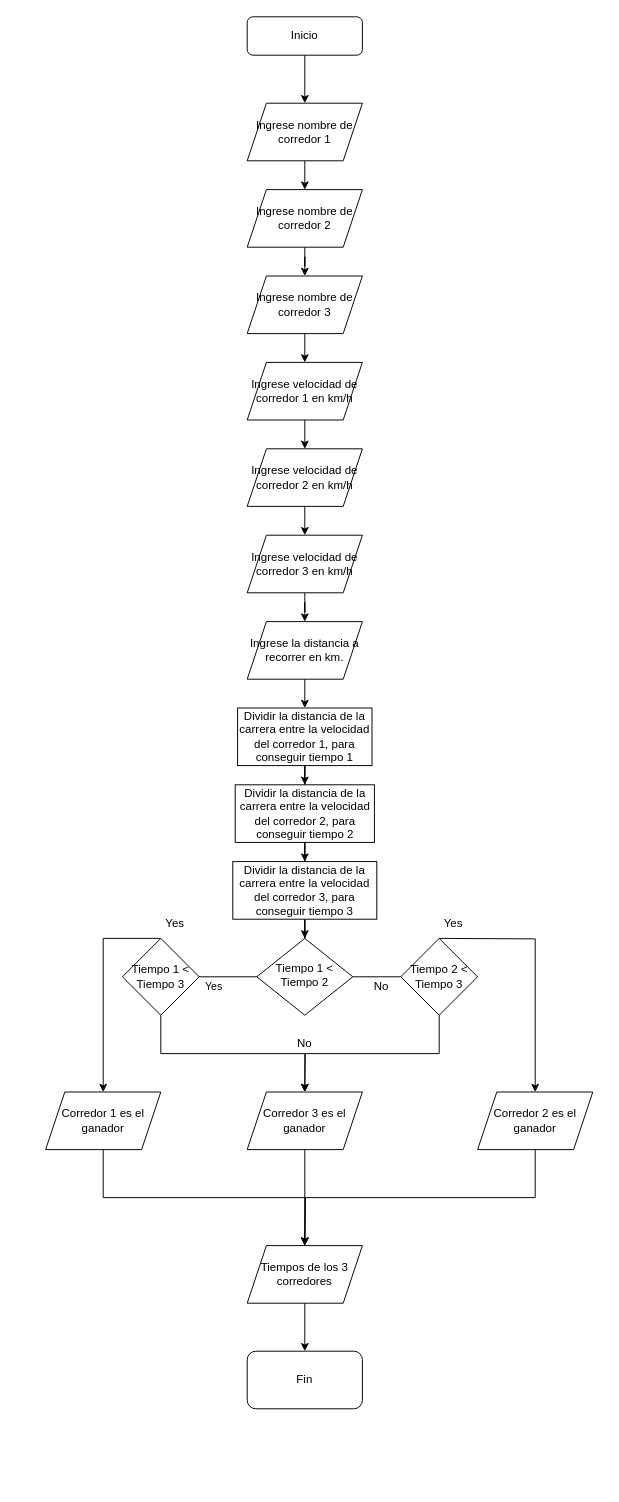
The draw.io diagram Diagrama sin título.drawio in JuanRuano1247723/L1_JLDRL_1247723, before the edit. Source tidied: cells renumbered, new cells numbered last; positions are measured from the earlier drawing's top-left corner, leaving out a move shared by most shapes. Both pictures are drawn from the tidied source at 96%, with x=0, y=0 at pixel (45, 16).
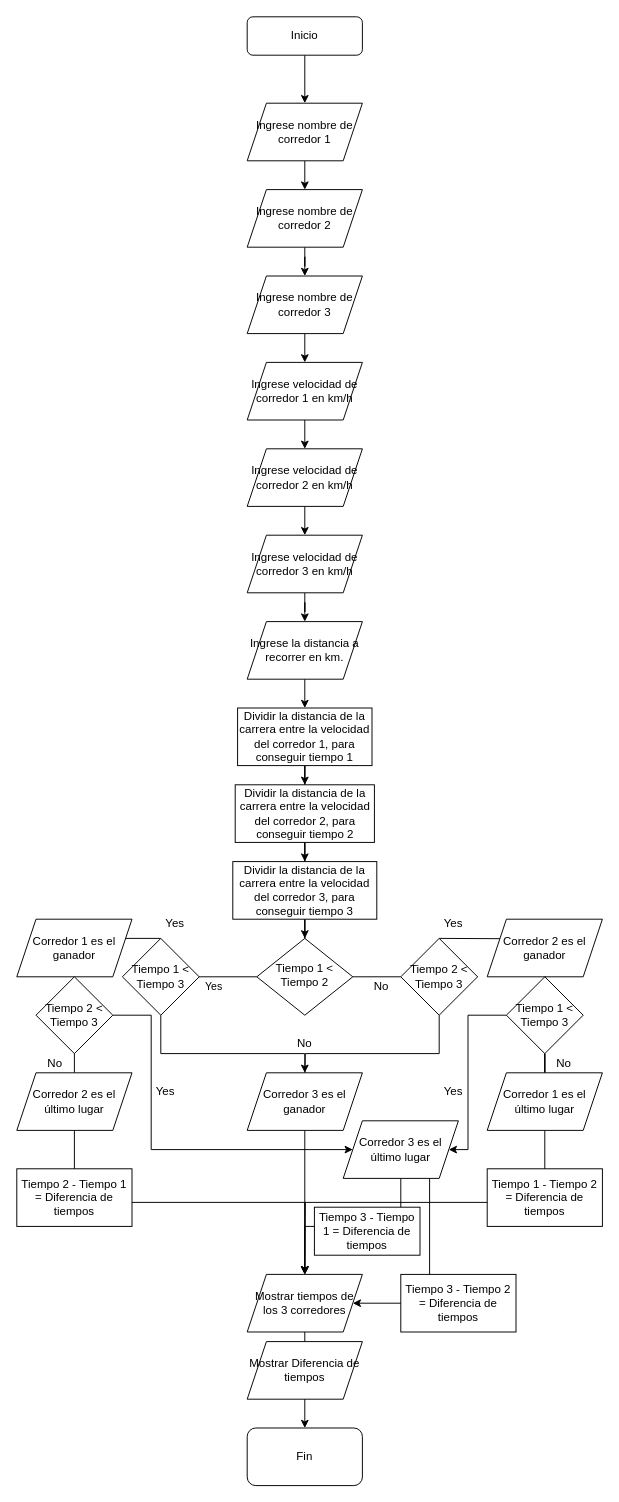
After the change.

Unchanged cells that the change refers to:
```xml
<mxCell id="29" value="Tiempo 1 &amp;lt; Tiempo 3" style="rhombus;whiteSpace=wrap;html=1;" parent="1" vertex="1">
  <mxGeometry x="80" y="960" width="80" height="80" as="geometry" />
</mxCell>
```

What changed in the source:
```diff
@@
+    <mxCell id="47" style="edgeStyle=orthogonalEdgeStyle;rounded=0;jettySize=auto;html=1;exitX=0.5;exitY=1;exitDx=0;exitDy=0;endArrow=none;" parent="1" edge="1" source="43" target="58">
+      <mxGeometry relative="1" as="geometry" />
+    </mxCell>
@@
     <mxCell id="27" style="edgeStyle=orthogonalEdgeStyle;rounded=0;jettySize=auto;html=1;exitX=0.5;exitY=0;exitDx=0;exitDy=0;entryX=0.5;entryY=0;entryDx=0;entryDy=0;" parent="1" edge="1" source="29" target="31">
       <mxGeometry relative="1" as="geometry">
         <Array as="points">
-          <mxPoint x="60" y="960" />
+          <mxPoint x="30" y="960" />
         </Array>
       </mxGeometry>
     </mxCell>
@@
-    <mxCell id="30" style="edgeStyle=orthogonalEdgeStyle;rounded=0;jettySize=auto;html=1;exitX=0.5;exitY=1;exitDx=0;exitDy=0;" parent="1" edge="1" source="31">
+    <mxCell id="30" style="edgeStyle=orthogonalEdgeStyle;rounded=0;jettySize=auto;html=1;exitX=0.5;exitY=1;exitDx=0;exitDy=0;startArrow=none;" parent="1" edge="1" source="56">
       <mxGeometry relative="1" as="geometry">
-        <mxPoint x="270" y="1280" as="targetPoint" />
+        <mxPoint x="270" y="1310" as="targetPoint" />
       </mxGeometry>
     </mxCell>
-    <mxCell id="31" value="Corredor 1 es el ganador" style="shape=parallelogram;perimeter=parallelogramPerimeter;whiteSpace=wrap;html=1;fixedSize=1;" parent="1" vertex="1">
-      <mxGeometry y="1120" width="120" height="60" as="geometry" />
-    </mxCell>
@@
     <mxCell id="33" style="edgeStyle=orthogonalEdgeStyle;rounded=0;jettySize=auto;html=1;exitX=0.5;exitY=1;exitDx=0;exitDy=0;" parent="1" edge="1" source="34">
       <mxGeometry relative="1" as="geometry">
-        <mxPoint x="270" y="1280" as="targetPoint" />
+        <mxPoint x="270" y="1310" as="targetPoint" />
       </mxGeometry>
     </mxCell>
     <mxCell id="34" value="Corredor 3 es el ganador" style="shape=parallelogram;perimeter=parallelogramPerimeter;whiteSpace=wrap;html=1;fixedSize=1;" parent="1" vertex="1">
-      <mxGeometry x="210" y="1120" width="120" height="60" as="geometry" />
+      <mxGeometry x="210" y="1100" width="120" height="60" as="geometry" />
     </mxCell>
@@
-    <mxCell id="41" style="edgeStyle=orthogonalEdgeStyle;rounded=0;jettySize=auto;html=1;" parent="1" edge="1" target="43">
-      <mxGeometry relative="1" as="geometry">
-        <mxPoint x="410" y="960" as="sourcePoint" />
-      </mxGeometry>
+    <mxCell id="41" style="edgeStyle=orthogonalEdgeStyle;rounded=0;jettySize=auto;html=1;startArrow=none;" parent="1" edge="1" source="58" target="43">
+      <mxGeometry relative="1" as="geometry" />
     </mxCell>
-    <mxCell id="42" style="edgeStyle=orthogonalEdgeStyle;rounded=0;jettySize=auto;html=1;exitX=0.5;exitY=1;exitDx=0;exitDy=0;" parent="1" edge="1" source="43">
-      <mxGeometry relative="1" as="geometry">
-        <mxPoint x="270" y="1280" as="targetPoint" />
-      </mxGeometry>
+    <mxCell id="42" style="edgeStyle=orthogonalEdgeStyle;rounded=0;jettySize=auto;html=1;exitX=0.5;exitY=1;exitDx=0;exitDy=0;startArrow=none;entryX=0.5;entryY=0;entryDx=0;entryDy=0;" parent="1" edge="1" source="60" target="45">
+      <mxGeometry relative="1" as="geometry" />
     </mxCell>
-    <mxCell id="43" value="Corredor 2 es el ganador" style="shape=parallelogram;perimeter=parallelogramPerimeter;whiteSpace=wrap;html=1;fixedSize=1;" parent="1" vertex="1">
-      <mxGeometry x="450" y="1120" width="120" height="60" as="geometry" />
-    </mxCell>
@@
-    <mxCell id="45" value="Tiempos de los 3 corredores" style="shape=parallelogram;perimeter=parallelogramPerimeter;whiteSpace=wrap;html=1;fixedSize=1;" parent="1" vertex="1">
-      <mxGeometry x="210" y="1280" width="120" height="60" as="geometry" />
+    <mxCell id="45" value="Mostrar tiempos de los 3 corredores" style="shape=parallelogram;perimeter=parallelogramPerimeter;whiteSpace=wrap;html=1;fixedSize=1;" parent="1" vertex="1">
+      <mxGeometry x="210" y="1310" width="120" height="60" as="geometry" />
     </mxCell>
     <mxCell id="46" value="Fin" style="rounded=1;whiteSpace=wrap;html=1;" parent="1" vertex="1">
-      <mxGeometry x="210" y="1390" width="120" height="60" as="geometry" />
+      <mxGeometry x="210" y="1470" width="120" height="60" as="geometry" />
     </mxCell>
+    <mxCell id="48" style="edgeStyle=orthogonalEdgeStyle;rounded=0;jettySize=auto;html=1;exitX=1;exitY=0.5;exitDx=0;exitDy=0;entryX=0;entryY=0.5;entryDx=0;entryDy=0;" parent="1" edge="1" source="57" target="53">
+      <mxGeometry relative="1" as="geometry">
+        <Array as="points">
+          <mxPoint x="110" y="1040" />
+          <mxPoint x="110" y="1180" />
+        </Array>
+      </mxGeometry>
+    </mxCell>
+    <mxCell id="49" style="edgeStyle=orthogonalEdgeStyle;rounded=0;jettySize=auto;html=1;endArrow=none;" parent="1" edge="1" target="58">
+      <mxGeometry relative="1" as="geometry">
+        <mxPoint x="410" y="960" as="sourcePoint" />
+      </mxGeometry>
+    </mxCell>
+    <mxCell id="50" style="edgeStyle=orthogonalEdgeStyle;rounded=0;jettySize=auto;html=1;exitX=0;exitY=0.5;exitDx=0;exitDy=0;entryX=1;entryY=0.5;entryDx=0;entryDy=0;" parent="1" edge="1" source="58" target="53">
+      <mxGeometry relative="1" as="geometry">
+        <Array as="points">
+          <mxPoint x="440" y="1040" />
+          <mxPoint x="440" y="1180" />
+        </Array>
+      </mxGeometry>
+    </mxCell>
+    <mxCell id="51" style="edgeStyle=orthogonalEdgeStyle;rounded=0;jettySize=auto;html=1;exitX=0.75;exitY=1;exitDx=0;exitDy=0;entryX=1;entryY=0.5;entryDx=0;entryDy=0;" parent="1" edge="1" source="53" target="45">
+      <mxGeometry relative="1" as="geometry">
+        <Array as="points">
+          <mxPoint x="400" y="1340" />
+        </Array>
+      </mxGeometry>
+    </mxCell>
+    <mxCell id="52" style="edgeStyle=orthogonalEdgeStyle;rounded=0;jettySize=auto;html=1;exitX=0.5;exitY=1;exitDx=0;exitDy=0;" parent="1" edge="1" source="53" target="45">
+      <mxGeometry relative="1" as="geometry" />
+    </mxCell>
+    <mxCell id="53" value="Corredor 3 es el último lugar" style="shape=parallelogram;perimeter=parallelogramPerimeter;whiteSpace=wrap;html=1;fixedSize=1;" parent="1" vertex="1">
+      <mxGeometry x="310" y="1150" width="120" height="60" as="geometry" />
+    </mxCell>
+    <mxCell id="54" value="Yes" style="text;html=1;strokeColor=none;fillColor=none;align=center;verticalAlign=middle;whiteSpace=wrap;rounded=0;" parent="1" vertex="1">
+      <mxGeometry x="110" y="1110" width="30" height="20" as="geometry" />
+    </mxCell>
+    <mxCell id="55" style="edgeStyle=orthogonalEdgeStyle;rounded=0;jettySize=auto;html=1;exitX=0.5;exitY=1;exitDx=0;exitDy=0;endArrow=none;" parent="1" edge="1" source="31" target="56">
+      <mxGeometry relative="1" as="geometry" />
+    </mxCell>
+    <mxCell id="56" value="Corredor 2 es el último lugar" style="shape=parallelogram;perimeter=parallelogramPerimeter;whiteSpace=wrap;html=1;fixedSize=1;" parent="1" vertex="1">
+      <mxGeometry x="-30" y="1100" width="120" height="60" as="geometry" />
+    </mxCell>
+    <mxCell id="31" value="Corredor 1 es el ganador" style="shape=parallelogram;perimeter=parallelogramPerimeter;whiteSpace=wrap;html=1;fixedSize=1;" parent="1" vertex="1">
+      <mxGeometry x="-30" y="940" width="120" height="60" as="geometry" />
+    </mxCell>
+    <mxCell id="57" value="Tiempo 2 &amp;lt; Tiempo 3" style="rhombus;whiteSpace=wrap;html=1;" parent="1" vertex="1">
+      <mxGeometry x="-10" y="1000" width="80" height="80" as="geometry" />
+    </mxCell>
+    <mxCell id="43" value="Corredor 2 es el ganador" style="shape=parallelogram;perimeter=parallelogramPerimeter;whiteSpace=wrap;html=1;fixedSize=1;" parent="1" vertex="1">
+      <mxGeometry x="460" y="940" width="120" height="60" as="geometry" />
+    </mxCell>
+    <mxCell id="58" value="Tiempo 1 &amp;lt; Tiempo 3" style="rhombus;whiteSpace=wrap;html=1;" parent="1" vertex="1">
+      <mxGeometry x="480" y="1000" width="80" height="80" as="geometry" />
+    </mxCell>
+    <mxCell id="59" style="edgeStyle=orthogonalEdgeStyle;rounded=0;jettySize=auto;html=1;exitX=0.5;exitY=1;exitDx=0;exitDy=0;startArrow=none;endArrow=none;" parent="1" edge="1" source="58" target="60">
+      <mxGeometry relative="1" as="geometry" />
+    </mxCell>
+    <mxCell id="60" value="Corredor 1 es el último lugar" style="shape=parallelogram;perimeter=parallelogramPerimeter;whiteSpace=wrap;html=1;fixedSize=1;" parent="1" vertex="1">
+      <mxGeometry x="460" y="1100" width="120" height="60" as="geometry" />
+    </mxCell>
+    <mxCell id="61" value="Yes" style="text;html=1;strokeColor=none;fillColor=none;align=center;verticalAlign=middle;whiteSpace=wrap;rounded=0;" parent="1" vertex="1">
+      <mxGeometry x="410" y="1110" width="30" height="20" as="geometry" />
+    </mxCell>
+    <mxCell id="62" value="No" style="text;html=1;strokeColor=none;fillColor=none;align=center;verticalAlign=middle;whiteSpace=wrap;rounded=0;" parent="1" vertex="1">
+      <mxGeometry x="-10" y="1080" width="40" height="20" as="geometry" />
+    </mxCell>
+    <mxCell id="63" value="No" style="text;html=1;strokeColor=none;fillColor=none;align=center;verticalAlign=middle;whiteSpace=wrap;rounded=0;" parent="1" vertex="1">
+      <mxGeometry x="520" y="1080" width="40" height="20" as="geometry" />
+    </mxCell>
+    <mxCell id="64" value="Tiempo 2 - Tiempo 1 = Diferencia de tiempos" style="rounded=0;whiteSpace=wrap;html=1;" parent="1" vertex="1">
+      <mxGeometry x="-30" y="1200" width="120" height="60" as="geometry" />
+    </mxCell>
+    <mxCell id="65" value="Tiempo 1 - Tiempo 2 = Diferencia de tiempos" style="rounded=0;whiteSpace=wrap;html=1;" parent="1" vertex="1">
+      <mxGeometry x="460" y="1200" width="120" height="60" as="geometry" />
+    </mxCell>
+    <mxCell id="66" value="Tiempo 3 - Tiempo 2 = Diferencia de tiempos" style="rounded=0;whiteSpace=wrap;html=1;" parent="1" vertex="1">
+      <mxGeometry x="370" y="1310" width="120" height="60" as="geometry" />
+    </mxCell>
+    <mxCell id="67" value="Tiempo 3 - Tiempo 1 = Diferencia de tiempos" style="rounded=0;whiteSpace=wrap;html=1;" parent="1" vertex="1">
+      <mxGeometry x="280" y="1240" width="110" height="50" as="geometry" />
+    </mxCell>
+    <mxCell id="68" value="Mostrar Diferencia de tiempos" style="shape=parallelogram;perimeter=parallelogramPerimeter;whiteSpace=wrap;html=1;fixedSize=1;" parent="1" vertex="1">
+      <mxGeometry x="210" y="1380" width="120" height="60" as="geometry" />
+    </mxCell>
```
